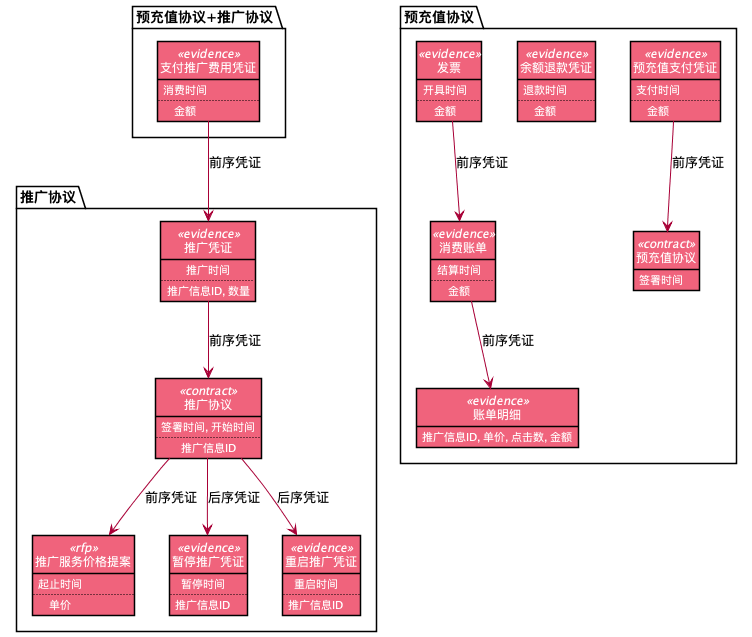
Before: images/contract_analysis_diagram.png, a diagram exported from PlantUML (behring/8x-flow-diagram).
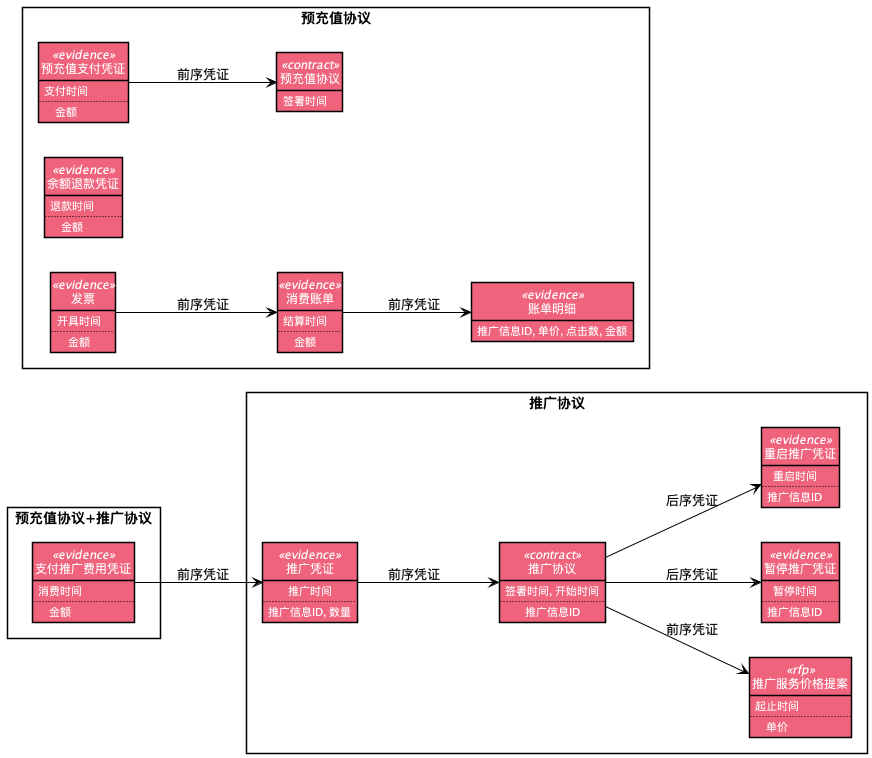
Later version of the same file.

Diff of the diagram source:
```diff
@@ -5,13 +5,14 @@
    AttributeFontColor White
    StereotypeFontColor White
 }
+left to right direction
 skinparam defaultTextAlignment center
 skinparam style strictuml
 hide empty members
-package 预充值协议+推广协议 {
+rectangle 预充值协议+推广协议 {
 class 支付推广费用凭证
 }
-package 预充值协议 {
+rectangle 预充值协议 {
 class 预充值协议
 class 预充值支付凭证
 class 余额退款凭证
@@ -20,7 +21,7 @@
 class 消费账单
 class 账单明细
 }
-package 推广协议 {
+rectangle 推广协议 {
 class 推广凭证
 class 推广协议
 class 推广服务价格提案
@@ -32,7 +33,7 @@
     ..
     金额
 }
-预充值支付凭证-->预充值协议:前序凭证
+预充值支付凭证 -[#000000]-> 预充值协议:前序凭证
 
 class 预充值协议<<contract>> #F0637C {
     签署时间
@@ -51,23 +52,23 @@
     ..
     金额
 }
-支付推广费用凭证-->推广凭证:前序凭证
+支付推广费用凭证 -[#000000]-> 推广凭证:前序凭证
 
 class 推广凭证<<evidence>> #F0637C {
     推广时间
     ..
     推广信息ID, 数量
 }
-推广凭证-->推广协议:前序凭证
+推广凭证 -[#000000]-> 推广协议:前序凭证
 
 class 推广协议<<contract>> #F0637C {
     签署时间, 开始时间
     ..
     推广信息ID
 }
-推广协议-->推广服务价格提案:前序凭证
-推广协议-->暂停推广凭证:后序凭证
-推广协议-->重启推广凭证:后序凭证
+推广协议 -[#000000]-> 推广服务价格提案:前序凭证
+推广协议 -[#000000]-> 暂停推广凭证:后序凭证
+推广协议 -[#000000]-> 重启推广凭证:后序凭证
 
 class 推广服务价格提案<<rfp>> #F0637C {
     起止时间
@@ -92,14 +93,14 @@
     ..
     金额
 }
-发票-->消费账单:前序凭证
+发票 -[#000000]-> 消费账单:前序凭证
 
 class 消费账单<<evidence>> #F0637C {
     结算时间
     ..
     金额
 }
-消费账单-->账单明细:前序凭证
+消费账单 -[#000000]-> 账单明细:前序凭证
 
 class 账单明细<<evidence>> #F0637C {
 
```
